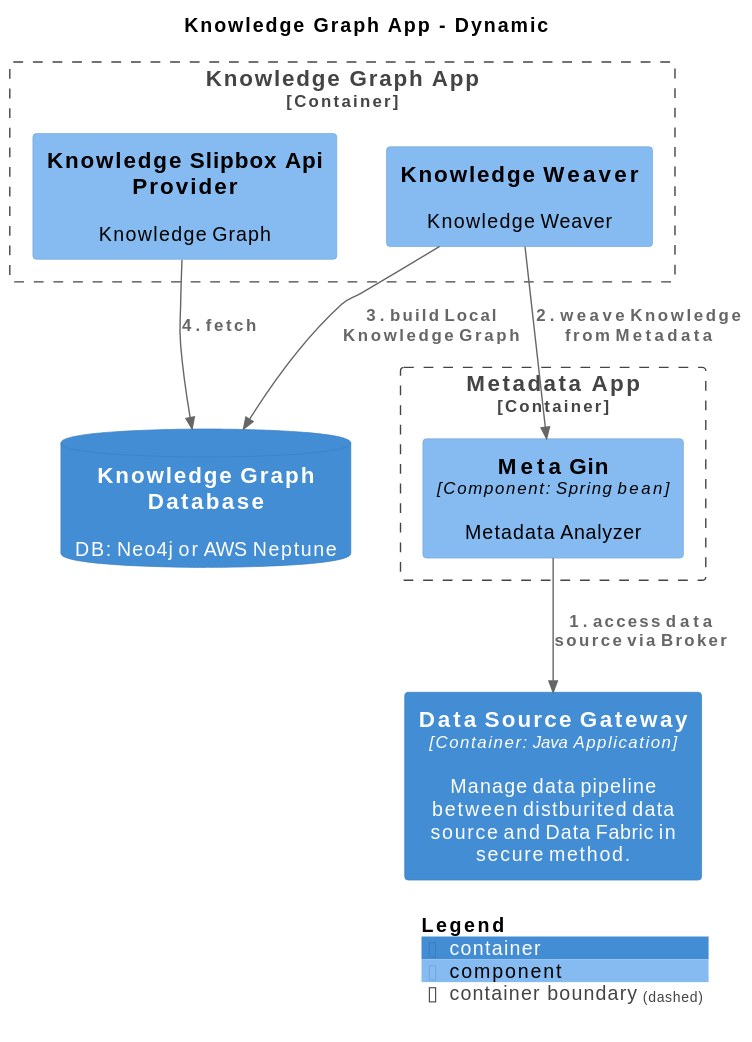
IntellectusCorp/data-fabric-docs keeps this PlantUML diagram as master/svg/LocalKnowledgeGraph.svg. Above is the earlier version. Its source is kept beside it as master/puml/LocalKnowledgeGraph.puml.
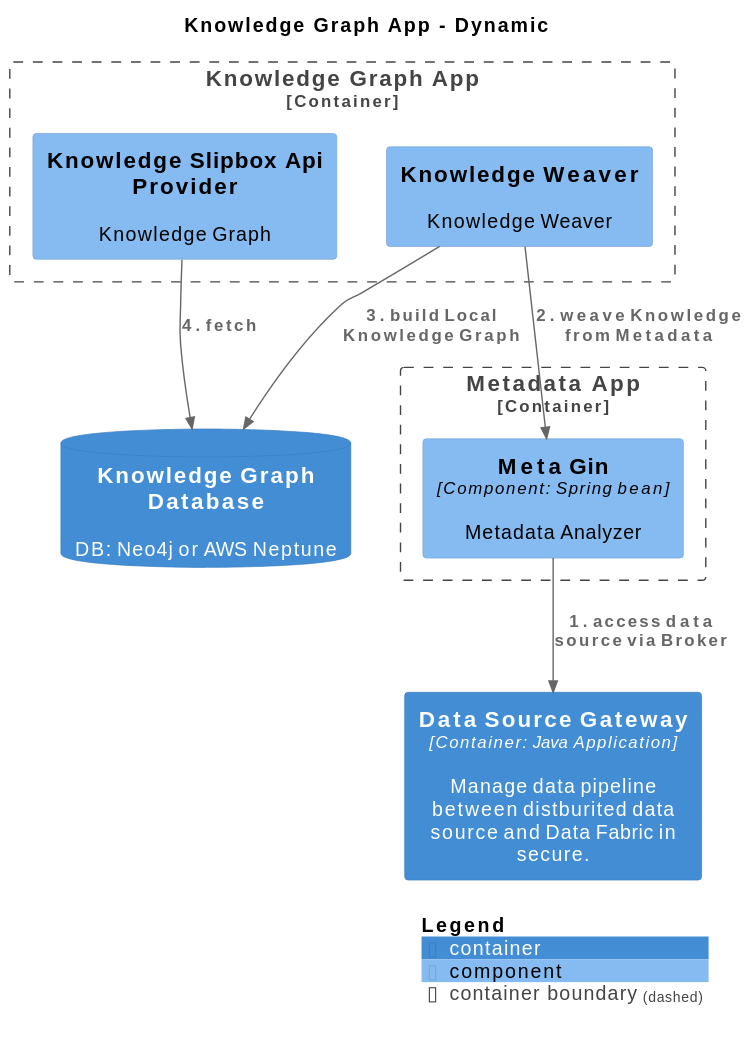
After the change.

Diff of the diagram source:
```diff
@@ -9,17 +9,17 @@
 !include <C4/C4_Container>
 !include <C4/C4_Component>
 
-Container_Boundary("DataFabric.MetadataApp_boundary", "Metadata App", $tags="") {
-  Component(DataFabric.MetadataApp.MetaGin, "Meta Gin", $techn="Component: Spring bean", $descr="Metadata Analyzer", $tags="", $link="")
-}
-
 Container_Boundary("DataFabric.KnowledgeGraphApp_boundary", "Knowledge Graph App", $tags="") {
   Component(DataFabric.KnowledgeGraphApp.KnowledgeWeaver, "Knowledge Weaver", $techn="", $descr="Knowledge Weaver", $tags="", $link="")
   Component(DataFabric.KnowledgeGraphApp.KnowledgeSlipboxApiProvider, "Knowledge Slipbox Api Provider", $techn="", $descr="Knowledge Graph", $tags="", $link="")
 }
 
+Container_Boundary("DataFabric.MetadataApp_boundary", "Metadata App", $tags="") {
+  Component(DataFabric.MetadataApp.MetaGin, "Meta Gin", $techn="Component: Spring bean", $descr="Metadata Analyzer", $tags="", $link="")
+}
+
 ContainerDb(DataFabric.KnowledgeGraphDatabase, "Knowledge Graph Database", $techn="", $descr="DB: Neo4j or AWS Neptune", $tags="", $link="")
-Container(DataFabric.DataSourceGateway, "Data Source Gateway", $techn="Container: Java Application", $descr="Manage data pipeline between distburited data source and Data Fabric in secure method.", $tags="", $link="")
+Container(DataFabric.DataSourceGateway, "Data Source Gateway", $techn="Container: Java Application", $descr="Manage data pipeline between distburited data source and Data Fabric in secure.", $tags="", $link="")
 
 Rel_D(DataFabric.MetadataApp.MetaGin, DataFabric.DataSourceGateway, "1. access data source via Broker", $techn="", $tags="", $link="")
 Rel_D(DataFabric.KnowledgeGraphApp.KnowledgeWeaver, DataFabric.MetadataApp.MetaGin, "2. weave Knowledge from Metadata", $techn="", $tags="", $link="")
```
